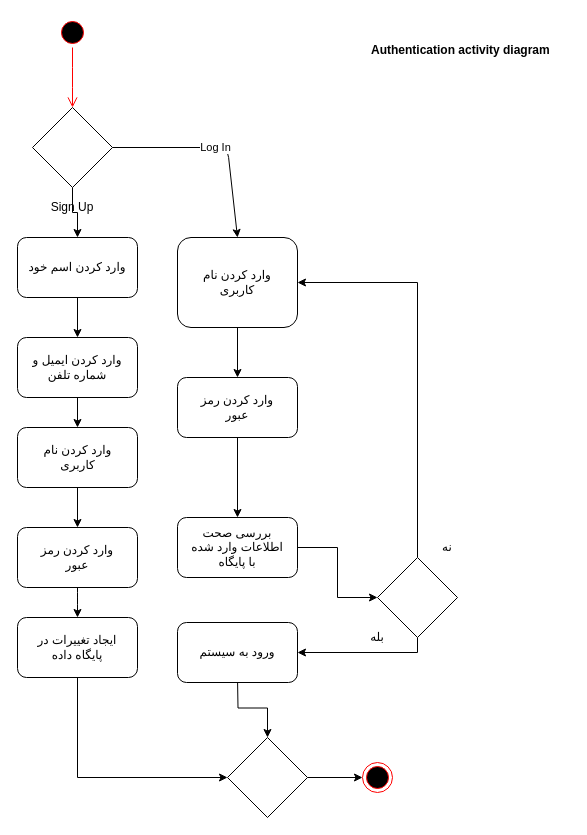
marketplus95/marketplus95 keeps this draw.io diagram as docs/Authentication Diagram.drawio. Above is the earlier version. Source tidied: cells renumbered, new cells numbered last; positions are measured from the earlier drawing's top-left corner, leaving out a move shared by most shapes. Both pictures are drawn from the tidied source at 100%, with x=0, y=0 at pixel (17, 17).
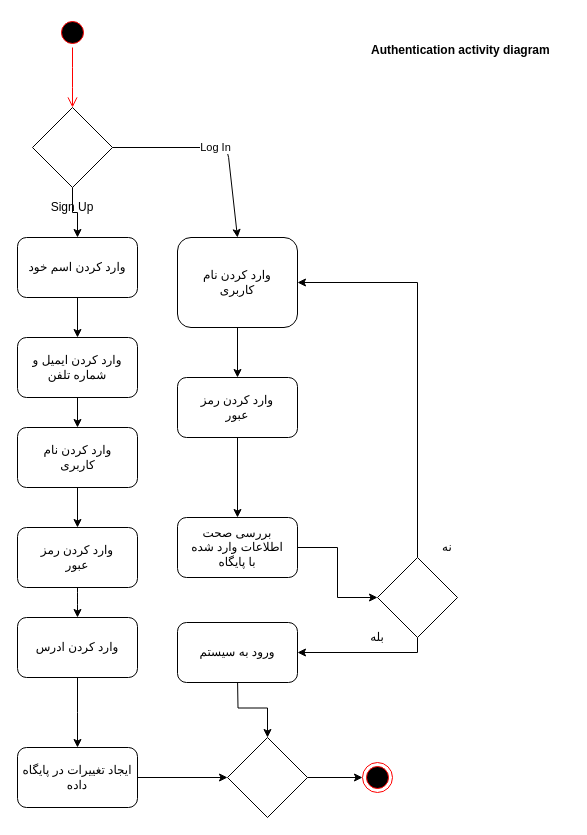
After the change.

The change refers to these unchanged cells:
```xml
<mxCell id="31" style="rhombus;whiteSpace=wrap;html=1;" parent="1" vertex="1">
  <mxGeometry x="210" y="720" width="80" height="80" as="geometry" />
</mxCell>
```

Change to the diagram source:
```diff
@@
-    <mxCell id="10" style="edgeStyle=orthogonalEdgeStyle;rounded=0;jettySize=auto;html=1;exitX=0.5;exitY=1;exitDx=0;exitDy=0;entryX=0;entryY=0.5;entryDx=0;entryDy=0;" parent="1" edge="1" source="11" target="31">
-      <mxGeometry relative="1" as="geometry" />
-    </mxCell>
+    <mxCell id="41" style="edgeStyle=orthogonalEdgeStyle;rounded=0;jettySize=auto;html=1;" parent="1" edge="1" source="11">
+      <mxGeometry relative="1" as="geometry">
+        <mxPoint x="60" y="730" as="targetPoint" />
+      </mxGeometry>
+    </mxCell>
-    <mxCell id="11" style="rounded=1;whiteSpace=wrap;html=1;" parent="1" vertex="1">
+    <mxCell id="11" value="وارد کردن ادرس" style="rounded=1;whiteSpace=wrap;html=1;" parent="1" vertex="1">
       <mxGeometry y="600" width="120" height="60" as="geometry" />
     </mxCell>
+    <mxCell id="42" style="edgeStyle=orthogonalEdgeStyle;rounded=0;jettySize=auto;html=1;entryX=0;entryY=0.5;entryDx=0;entryDy=0;" parent="1" edge="1" source="27" target="31">
+      <mxGeometry relative="1" as="geometry" />
+    </mxCell>
+    <mxCell id="27" value="ایجاد تغییرات در پایگاه داده" style="rounded=1;whiteSpace=wrap;html=1;" parent="1" vertex="1">
+      <mxGeometry y="730" width="120" height="60" as="geometry" />
+    </mxCell>
@@
-    <mxCell id="27" value="ایجاد تغییرات در پایگاه داده" style="text;html=1;strokeColor=none;fillColor=none;align=center;verticalAlign=middle;whiteSpace=wrap;rounded=0;" parent="1" vertex="1">
-      <mxGeometry x="10" y="610" width="100" height="40" as="geometry" />
-    </mxCell>
```
